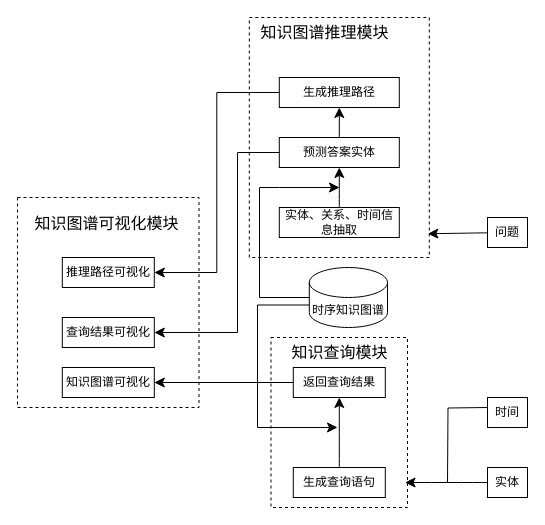
This is 概要设计模块图.drawio from LNqwn/BISHE-GRAPH, a draw.io file, before an edit. Source tidied: cells renumbered, new cells numbered last; positions are measured from the earlier drawing's top-left corner, leaving out a move shared by most shapes. Both pictures are drawn from the tidied source at 100%, with x=0, y=0 at pixel (17, 17).
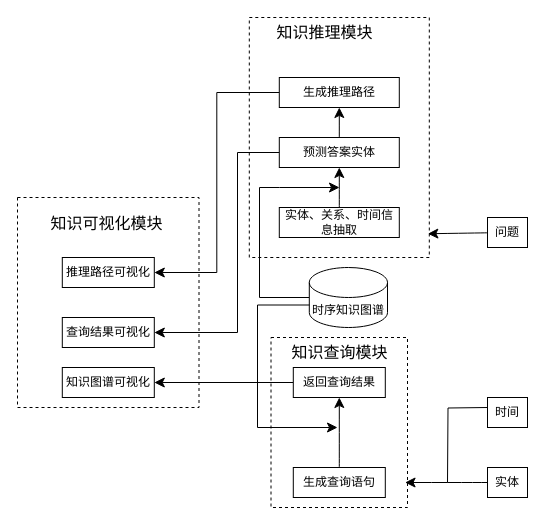
The same page after the edit.

Commit message (it also covers changes not shown here):
更新概要设计模块图.drawio

What changed in the source:
```diff
@@
-    <mxCell id="6" value="知识图谱可视化模块" style="text;html=1;align=center;verticalAlign=middle;strokeColor=none;fillColor=none;fontSize=16;" parent="1" vertex="1">
-      <mxGeometry x="8" y="190" width="162" height="31" as="geometry" />
+    <mxCell id="6" value="知识可视化模块" style="text;html=1;align=center;verticalAlign=middle;strokeColor=none;fillColor=none;fontSize=16;" parent="1" vertex="1">
+      <mxGeometry x="19" y="191" width="140" height="30" as="geometry" />
     </mxCell>
@@
-    <mxCell id="8" value="知识图谱推理模块" style="text;html=1;align=center;verticalAlign=middle;strokeColor=none;fillColor=none;fontSize=16;" parent="1" vertex="1">
-      <mxGeometry x="231.8" width="150" height="30" as="geometry" />
+    <mxCell id="8" value="知识推理模块" style="text;html=1;align=center;verticalAlign=middle;strokeColor=none;fillColor=none;fontSize=16;" parent="1" vertex="1">
+      <mxGeometry x="246.8" width="120" height="30" as="geometry" />
     </mxCell>
```
